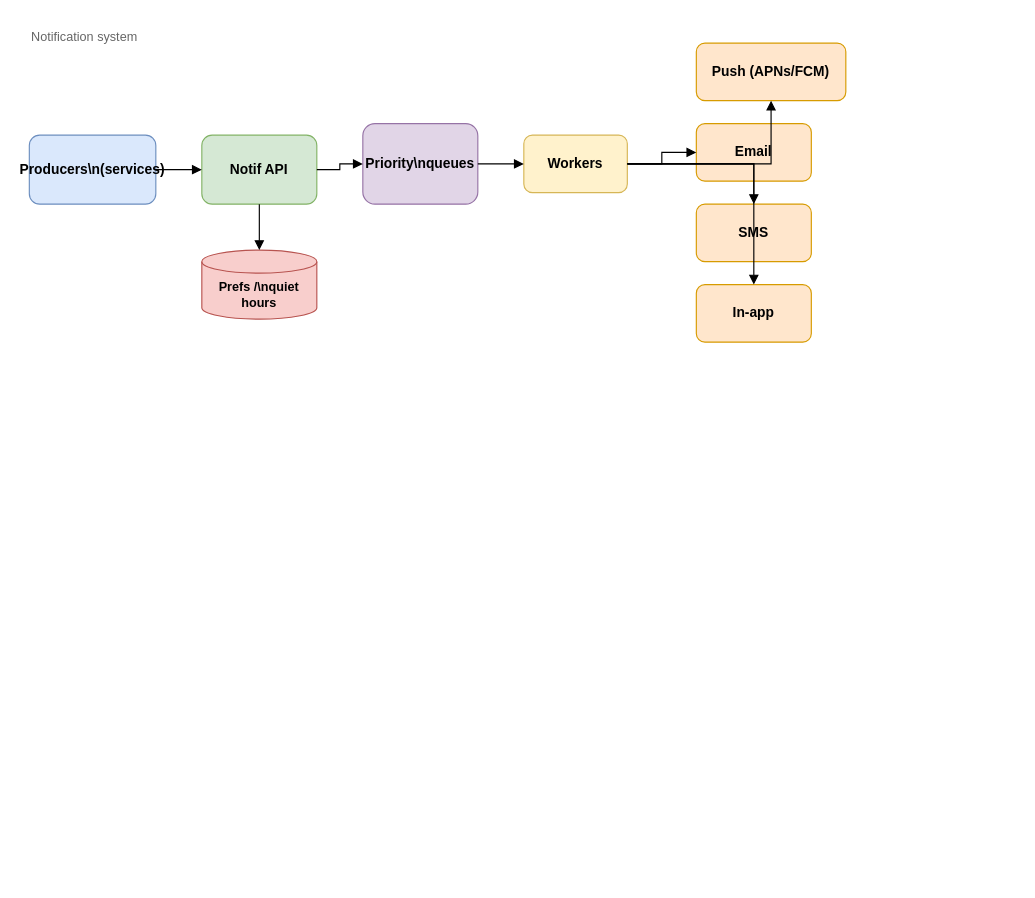
Earlier version of the draw.io diagram diagrams/notification-system.drawio (yazeedsawalha/system-design). Source tidied: cells renumbered, new cells numbered last; positions are measured from the earlier drawing's top-left corner, leaving out a move shared by most shapes. Both pictures are drawn from the tidied source at 115%, with x=0, y=0 at pixel (29, 20).
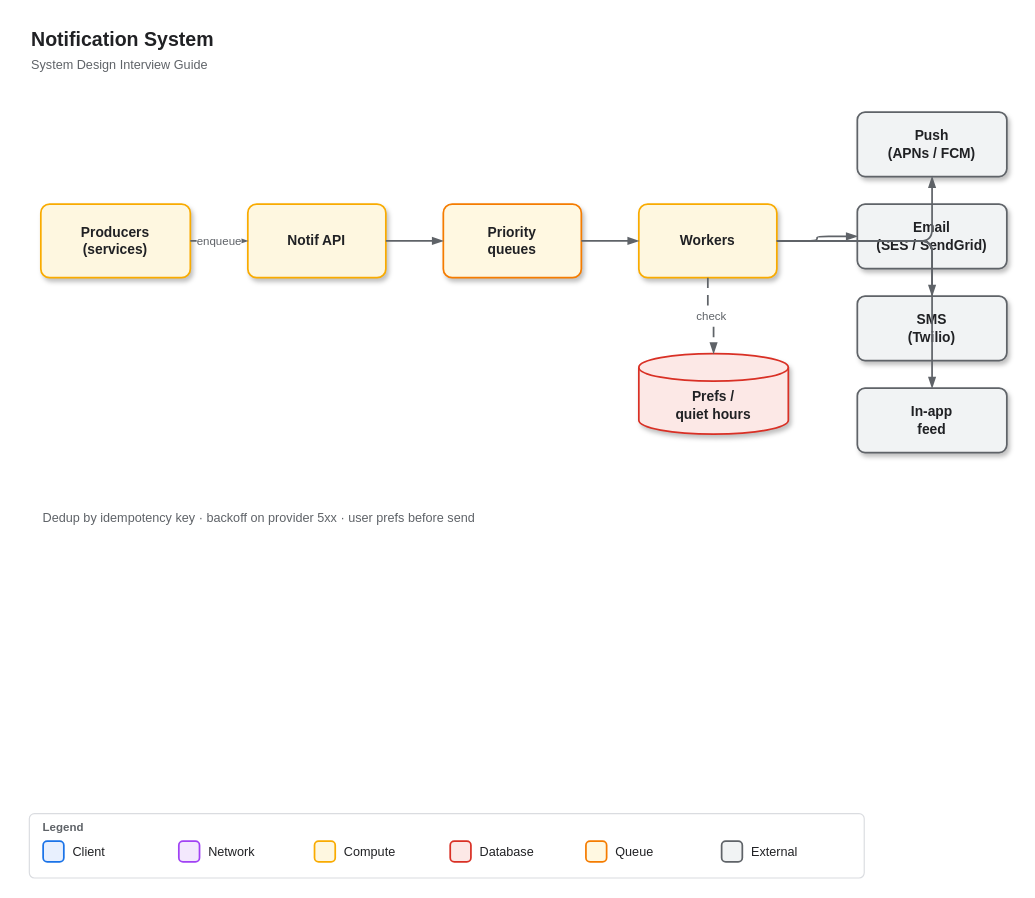
Above is the later version.

The edit, as a diff of the source:
```diff
@@
-<mxGraphModel>
+<mxGraphModel background="#ffffff">
@@
-    <mxCell id="2" value="Notification system" style="text;html=1;strokeColor=none;fillColor=none;align=left;verticalAlign=middle;whiteSpace=wrap;rounded=0;fontSize=11;fontColor=#666666;" parent="1" vertex="1">
-      <mxGeometry width="220" height="30" as="geometry" />
-    </mxCell>
-    <mxCell id="3" value="Producers\n(services)" style="rounded=1;whiteSpace=wrap;html=1;fillColor=#dae8fc;strokeColor=#6c8ebf;fontStyle=1;fontSize=12;" parent="1" vertex="1">
-      <mxGeometry y="100" width="110" height="60" as="geometry" />
-    </mxCell>
+    <mxCell id="20" value="Notification System" style="text;html=1;strokeColor=none;fillColor=none;align=left;verticalAlign=middle;whiteSpace=wrap;rounded=0;fontSize=17;fontStyle=1;fontFamily=Helvetica;fontColor=#202124;" parent="1" vertex="1">
+      <mxGeometry y="4" width="700" height="28" as="geometry" />
+    </mxCell>
+    <mxCell id="21" value="System Design Interview Guide" style="text;html=1;strokeColor=none;fillColor=none;align=left;verticalAlign=middle;whiteSpace=wrap;rounded=0;fontSize=11;fontFamily=Helvetica;fontColor=#5F6368;" parent="1" vertex="1">
+      <mxGeometry y="30" width="280" height="18" as="geometry" />
+    </mxCell>
+    <mxCell id="22" value="Producers&#10;(services)" style="rounded=1;whiteSpace=wrap;html=1;arcSize=12;fillColor=#FEF7E0;strokeColor=#F9AB00;strokeWidth=1.5;fontStyle=1;fontSize=12;fontFamily=Helvetica;fontColor=#202124;shadow=1;" parent="1" vertex="1">
+      <mxGeometry x="10" y="160" width="130" height="64" as="geometry" />
+    </mxCell>
-    <mxCell id="4" value="Notif API" style="rounded=1;whiteSpace=wrap;html=1;fillColor=#d5e8d4;strokeColor=#82b366;fontStyle=1;fontSize=12;" parent="1" vertex="1">
-      <mxGeometry x="150" y="100" width="100" height="60" as="geometry" />
+    <mxCell id="4" value="Notif API" style="rounded=1;whiteSpace=wrap;html=1;arcSize=12;fillColor=#FEF7E0;strokeColor=#F9AB00;strokeWidth=1.5;fontStyle=1;fontSize=12;fontFamily=Helvetica;fontColor=#202124;shadow=1;" parent="1" vertex="1">
+      <mxGeometry x="190" y="160" width="120" height="64" as="geometry" />
     </mxCell>
-    <mxCell id="5" value="Priority\nqueues" style="rounded=1;whiteSpace=wrap;html=1;fillColor=#e1d5e7;strokeColor=#9673a6;fontStyle=1;fontSize=12;" parent="1" vertex="1">
-      <mxGeometry x="290" y="90" width="100" height="70" as="geometry" />
-    </mxCell>
+    <mxCell id="23" value="Priority&#10;queues" style="rounded=1;whiteSpace=wrap;html=1;arcSize=12;fillColor=#FFF8E1;strokeColor=#F57C00;strokeWidth=1.5;fontStyle=1;fontSize=12;fontFamily=Helvetica;fontColor=#202124;shadow=1;" parent="1" vertex="1">
+      <mxGeometry x="360" y="160" width="120" height="64" as="geometry" />
+    </mxCell>
-    <mxCell id="6" value="Workers" style="rounded=1;whiteSpace=wrap;html=1;fillColor=#fff2cc;strokeColor=#d6b656;fontStyle=1;fontSize=12;" parent="1" vertex="1">
-      <mxGeometry x="430" y="100" width="90" height="50" as="geometry" />
+    <mxCell id="6" value="Workers" style="rounded=1;whiteSpace=wrap;html=1;arcSize=12;fillColor=#FEF7E0;strokeColor=#F9AB00;strokeWidth=1.5;fontStyle=1;fontSize=12;fontFamily=Helvetica;fontColor=#202124;shadow=1;" parent="1" vertex="1">
+      <mxGeometry x="530" y="160" width="120" height="64" as="geometry" />
     </mxCell>
-    <mxCell id="7" value="Prefs /\nquiet hours" style="shape=cylinder3;whiteSpace=wrap;html=1;boundedLbl=1;backgroundOutline=1;size=10;fillColor=#f8cecc;strokeColor=#b85450;fontStyle=1;fontSize=11;" parent="1" vertex="1">
-      <mxGeometry x="150" y="200" width="100" height="60" as="geometry" />
-    </mxCell>
-    <mxCell id="8" value="Push (APNs/FCM)" style="rounded=1;whiteSpace=wrap;html=1;fillColor=#ffe6cc;strokeColor=#d79b00;fontStyle=1;fontSize=12;" parent="1" vertex="1">
-      <mxGeometry x="580" y="20" width="130" height="50" as="geometry" />
-    </mxCell>
-    <mxCell id="9" value="Email" style="rounded=1;whiteSpace=wrap;html=1;fillColor=#ffe6cc;strokeColor=#d79b00;fontStyle=1;fontSize=12;" parent="1" vertex="1">
-      <mxGeometry x="580" y="90" width="100" height="50" as="geometry" />
-    </mxCell>
-    <mxCell id="10" value="SMS" style="rounded=1;whiteSpace=wrap;html=1;fillColor=#ffe6cc;strokeColor=#d79b00;fontStyle=1;fontSize=12;" parent="1" vertex="1">
-      <mxGeometry x="580" y="160" width="100" height="50" as="geometry" />
-    </mxCell>
-    <mxCell id="11" value="In-app" style="rounded=1;whiteSpace=wrap;html=1;fillColor=#ffe6cc;strokeColor=#d79b00;fontStyle=1;fontSize=12;" parent="1" vertex="1">
-      <mxGeometry x="580" y="230" width="100" height="50" as="geometry" />
-    </mxCell>
-    <mxCell id="12" style="edgeStyle=orthogonalEdgeStyle;rounded=0;jettySize=auto;html=1;endArrow=block;endFill=1;" parent="1" edge="1" source="3" target="4">
-      <mxGeometry relative="1" as="geometry" />
-    </mxCell>
-    <mxCell id="13" style="edgeStyle=orthogonalEdgeStyle;rounded=0;jettySize=auto;html=1;endArrow=block;endFill=1;" parent="1" edge="1" source="4" target="5">
-      <mxGeometry relative="1" as="geometry" />
-    </mxCell>
-    <mxCell id="14" style="edgeStyle=orthogonalEdgeStyle;rounded=0;jettySize=auto;html=1;endArrow=block;endFill=1;" parent="1" edge="1" source="5" target="6">
-      <mxGeometry relative="1" as="geometry" />
-    </mxCell>
-    <mxCell id="15" style="edgeStyle=orthogonalEdgeStyle;rounded=0;jettySize=auto;html=1;endArrow=block;endFill=1;" parent="1" edge="1" source="4" target="7">
-      <mxGeometry relative="1" as="geometry" />
-    </mxCell>
-    <mxCell id="16" style="edgeStyle=orthogonalEdgeStyle;rounded=0;jettySize=auto;html=1;endArrow=block;endFill=1;" parent="1" edge="1" source="6" target="8">
-      <mxGeometry relative="1" as="geometry" />
-    </mxCell>
-    <mxCell id="17" style="edgeStyle=orthogonalEdgeStyle;rounded=0;jettySize=auto;html=1;endArrow=block;endFill=1;" parent="1" edge="1" source="6" target="9">
-      <mxGeometry relative="1" as="geometry" />
-    </mxCell>
-    <mxCell id="18" style="edgeStyle=orthogonalEdgeStyle;rounded=0;jettySize=auto;html=1;endArrow=block;endFill=1;" parent="1" edge="1" source="6" target="10">
-      <mxGeometry relative="1" as="geometry" />
-    </mxCell>
-    <mxCell id="19" style="edgeStyle=orthogonalEdgeStyle;rounded=0;jettySize=auto;html=1;endArrow=block;endFill=1;" parent="1" edge="1" source="6" target="11">
-      <mxGeometry relative="1" as="geometry" />
-    </mxCell>
+    <mxCell id="24" value="Prefs /&#10;quiet hours" style="shape=cylinder3;whiteSpace=wrap;html=1;boundedLbl=1;backgroundOutline=1;size=12;fillColor=#FCE8E6;strokeColor=#D93025;strokeWidth=1.5;fontStyle=1;fontSize=12;fontFamily=Helvetica;fontColor=#202124;shadow=1;" parent="1" vertex="1">
+      <mxGeometry x="530" y="290" width="130" height="70" as="geometry" />
+    </mxCell>
+    <mxCell id="25" value="Push&#10;(APNs / FCM)" style="rounded=1;whiteSpace=wrap;html=1;arcSize=12;fillColor=#F1F3F4;strokeColor=#5F6368;strokeWidth=1.5;fontStyle=1;fontSize=12;fontFamily=Helvetica;fontColor=#202124;shadow=1;" parent="1" vertex="1">
+      <mxGeometry x="720" y="80" width="130" height="56" as="geometry" />
+    </mxCell>
+    <mxCell id="26" value="Email&#10;(SES / SendGrid)" style="rounded=1;whiteSpace=wrap;html=1;arcSize=12;fillColor=#F1F3F4;strokeColor=#5F6368;strokeWidth=1.5;fontStyle=1;fontSize=12;fontFamily=Helvetica;fontColor=#202124;shadow=1;" parent="1" vertex="1">
+      <mxGeometry x="720" y="160" width="130" height="56" as="geometry" />
+    </mxCell>
+    <mxCell id="27" value="SMS&#10;(Twilio)" style="rounded=1;whiteSpace=wrap;html=1;arcSize=12;fillColor=#F1F3F4;strokeColor=#5F6368;strokeWidth=1.5;fontStyle=1;fontSize=12;fontFamily=Helvetica;fontColor=#202124;shadow=1;" parent="1" vertex="1">
+      <mxGeometry x="720" y="240" width="130" height="56" as="geometry" />
+    </mxCell>
+    <mxCell id="28" value="In-app&#10;feed" style="rounded=1;whiteSpace=wrap;html=1;arcSize=12;fillColor=#F1F3F4;strokeColor=#5F6368;strokeWidth=1.5;fontStyle=1;fontSize=12;fontFamily=Helvetica;fontColor=#202124;shadow=1;" parent="1" vertex="1">
+      <mxGeometry x="720" y="320" width="130" height="56" as="geometry" />
+    </mxCell>
+    <mxCell id="29" value="enqueue" style="edgeStyle=orthogonalEdgeStyle;rounded=1;jettySize=auto;html=1;endArrow=blockThin;endFill=1;strokeWidth=1.5;strokeColor=#5F6368;fontFamily=Helvetica;fontSize=10;fontColor=#5F6368;" parent="1" edge="1" source="22" target="4">
+      <mxGeometry relative="1" as="geometry" />
+    </mxCell>
+    <mxCell id="30" style="edgeStyle=orthogonalEdgeStyle;rounded=1;jettySize=auto;html=1;endArrow=blockThin;endFill=1;strokeWidth=1.5;strokeColor=#5F6368;fontFamily=Helvetica;fontSize=10;fontColor=#5F6368;" parent="1" edge="1" source="4" target="23">
+      <mxGeometry relative="1" as="geometry" />
+    </mxCell>
+    <mxCell id="31" style="edgeStyle=orthogonalEdgeStyle;rounded=1;jettySize=auto;html=1;endArrow=blockThin;endFill=1;strokeWidth=1.5;strokeColor=#5F6368;fontFamily=Helvetica;fontSize=10;fontColor=#5F6368;" parent="1" edge="1" source="23" target="6">
+      <mxGeometry relative="1" as="geometry" />
+    </mxCell>
+    <mxCell id="32" value="check" style="edgeStyle=orthogonalEdgeStyle;rounded=1;jettySize=auto;html=1;endArrow=blockThin;endFill=1;strokeWidth=1.5;strokeColor=#5F6368;fontFamily=Helvetica;fontSize=10;fontColor=#5F6368;dashed=1;dashPattern=6 4;" parent="1" edge="1" source="6" target="24">
+      <mxGeometry relative="1" as="geometry" />
+    </mxCell>
+    <mxCell id="33" style="edgeStyle=orthogonalEdgeStyle;rounded=1;jettySize=auto;html=1;endArrow=blockThin;endFill=1;strokeWidth=1.5;strokeColor=#5F6368;fontFamily=Helvetica;fontSize=10;fontColor=#5F6368;" parent="1" edge="1" source="6" target="25">
+      <mxGeometry relative="1" as="geometry" />
+    </mxCell>
+    <mxCell id="34" style="edgeStyle=orthogonalEdgeStyle;rounded=1;jettySize=auto;html=1;endArrow=blockThin;endFill=1;strokeWidth=1.5;strokeColor=#5F6368;fontFamily=Helvetica;fontSize=10;fontColor=#5F6368;" parent="1" edge="1" source="6" target="26">
+      <mxGeometry relative="1" as="geometry" />
+    </mxCell>
+    <mxCell id="35" style="edgeStyle=orthogonalEdgeStyle;rounded=1;jettySize=auto;html=1;endArrow=blockThin;endFill=1;strokeWidth=1.5;strokeColor=#5F6368;fontFamily=Helvetica;fontSize=10;fontColor=#5F6368;" parent="1" edge="1" source="6" target="27">
+      <mxGeometry relative="1" as="geometry" />
+    </mxCell>
+    <mxCell id="36" style="edgeStyle=orthogonalEdgeStyle;rounded=1;jettySize=auto;html=1;endArrow=blockThin;endFill=1;strokeWidth=1.5;strokeColor=#5F6368;fontFamily=Helvetica;fontSize=10;fontColor=#5F6368;" parent="1" edge="1" source="6" target="28">
+      <mxGeometry relative="1" as="geometry" />
+    </mxCell>
+    <mxCell id="37" value="Dedup by idempotency key · backoff on provider 5xx · user prefs before send" style="text;html=1;strokeColor=none;fillColor=none;align=left;verticalAlign=top;whiteSpace=wrap;rounded=0;fontSize=11;fontFamily=Helvetica;fontColor=#5F6368;" parent="1" vertex="1">
+      <mxGeometry x="10" y="420" width="560" height="40" as="geometry" />
+    </mxCell>
+    <mxCell id="38" style="rounded=1;whiteSpace=wrap;html=1;arcSize=8;fillColor=#FFFFFF;strokeColor=#DADCE0;strokeWidth=1;shadow=0;" parent="1" vertex="1">
+      <mxGeometry y="690" width="726" height="56" as="geometry" />
+    </mxCell>
+    <mxCell id="39" value="Legend" style="text;html=1;strokeColor=none;fillColor=none;align=left;verticalAlign=middle;fontSize=10;fontStyle=1;fontFamily=Helvetica;fontColor=#5F6368;" parent="1" vertex="1">
+      <mxGeometry x="10" y="694" width="60" height="16" as="geometry" />
+    </mxCell>
+    <mxCell id="40" style="rounded=1;whiteSpace=wrap;html=1;arcSize=20;fillColor=#E8F0FE;strokeColor=#1A73E8;strokeWidth=1.5;" parent="1" vertex="1">
+      <mxGeometry x="12" y="714" width="18" height="18" as="geometry" />
+    </mxCell>
+    <mxCell id="41" value="Client" style="text;html=1;strokeColor=none;fillColor=none;align=left;verticalAlign=middle;fontSize=11;fontFamily=Helvetica;fontColor=#202124;" parent="1" vertex="1">
+      <mxGeometry x="36" y="712" width="90" height="22" as="geometry" />
+    </mxCell>
+    <mxCell id="42" style="rounded=1;whiteSpace=wrap;html=1;arcSize=20;fillColor=#F3E8FD;strokeColor=#A142F4;strokeWidth=1.5;" parent="1" vertex="1">
+      <mxGeometry x="130" y="714" width="18" height="18" as="geometry" />
+    </mxCell>
+    <mxCell id="43" value="Network" style="text;html=1;strokeColor=none;fillColor=none;align=left;verticalAlign=middle;fontSize=11;fontFamily=Helvetica;fontColor=#202124;" parent="1" vertex="1">
+      <mxGeometry x="154" y="712" width="90" height="22" as="geometry" />
+    </mxCell>
+    <mxCell id="44" style="rounded=1;whiteSpace=wrap;html=1;arcSize=20;fillColor=#FEF7E0;strokeColor=#F9AB00;strokeWidth=1.5;" parent="1" vertex="1">
+      <mxGeometry x="248" y="714" width="18" height="18" as="geometry" />
+    </mxCell>
+    <mxCell id="45" value="Compute" style="text;html=1;strokeColor=none;fillColor=none;align=left;verticalAlign=middle;fontSize=11;fontFamily=Helvetica;fontColor=#202124;" parent="1" vertex="1">
+      <mxGeometry x="272" y="712" width="90" height="22" as="geometry" />
+    </mxCell>
+    <mxCell id="46" style="rounded=1;whiteSpace=wrap;html=1;arcSize=20;fillColor=#FCE8E6;strokeColor=#D93025;strokeWidth=1.5;" parent="1" vertex="1">
+      <mxGeometry x="366" y="714" width="18" height="18" as="geometry" />
+    </mxCell>
+    <mxCell id="47" value="Database" style="text;html=1;strokeColor=none;fillColor=none;align=left;verticalAlign=middle;fontSize=11;fontFamily=Helvetica;fontColor=#202124;" parent="1" vertex="1">
+      <mxGeometry x="390" y="712" width="90" height="22" as="geometry" />
+    </mxCell>
+    <mxCell id="48" style="rounded=1;whiteSpace=wrap;html=1;arcSize=20;fillColor=#FFF8E1;strokeColor=#F57C00;strokeWidth=1.5;" parent="1" vertex="1">
+      <mxGeometry x="484" y="714" width="18" height="18" as="geometry" />
+    </mxCell>
+    <mxCell id="49" value="Queue" style="text;html=1;strokeColor=none;fillColor=none;align=left;verticalAlign=middle;fontSize=11;fontFamily=Helvetica;fontColor=#202124;" parent="1" vertex="1">
+      <mxGeometry x="508" y="712" width="90" height="22" as="geometry" />
+    </mxCell>
+    <mxCell id="50" style="rounded=1;whiteSpace=wrap;html=1;arcSize=20;fillColor=#F1F3F4;strokeColor=#5F6368;strokeWidth=1.5;" parent="1" vertex="1">
+      <mxGeometry x="602" y="714" width="18" height="18" as="geometry" />
+    </mxCell>
+    <mxCell id="51" value="External" style="text;html=1;strokeColor=none;fillColor=none;align=left;verticalAlign=middle;fontSize=11;fontFamily=Helvetica;fontColor=#202124;" parent="1" vertex="1">
+      <mxGeometry x="626" y="712" width="90" height="22" as="geometry" />
+    </mxCell>
```
